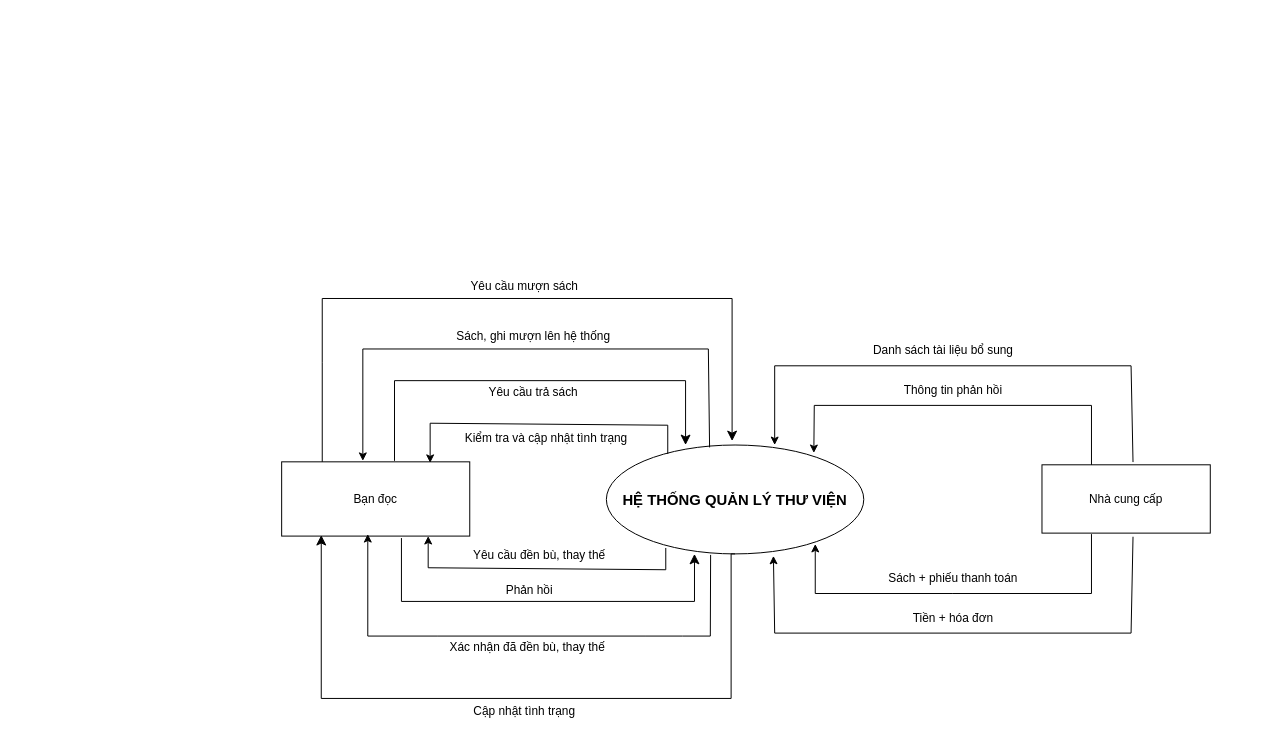
This is page "Luồng DL mức ngữ cảnh" (2 of 9) of Nhóm 1.drawio from Nguyenquynh235/DoAnNhom1, a draw.io file, before an edit. Source tidied: cells renumbered, new cells numbered last; positions are measured from the earlier drawing's top-left corner, leaving out a move shared by most shapes. Both pictures are drawn from the tidied source at 99%, with x=0, y=0 at pixel (17, 17).
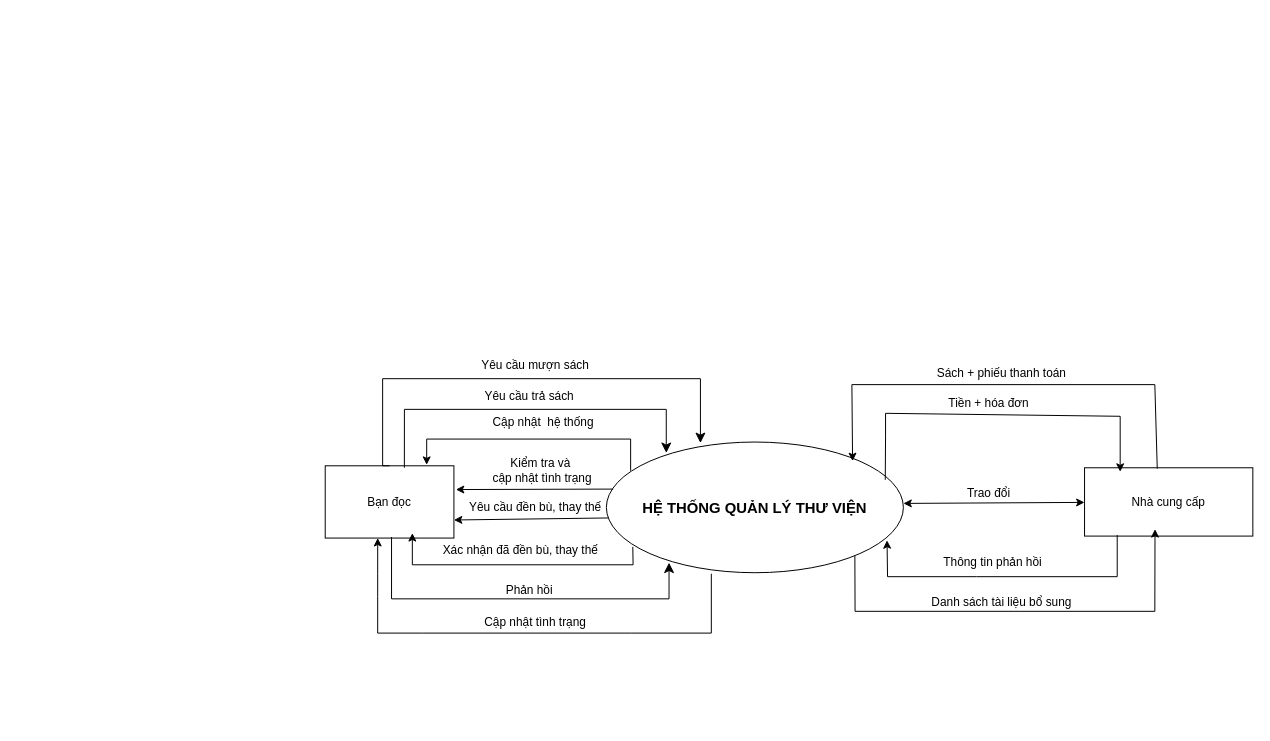
The same page after the edit.

Commit message (it also covers changes not shown here):
Cập nhật Nhóm 1.drawio

Change to the diagram source:
```diff
@@
-    <mxCell id="3" style="endArrow=classic;html=1;rounded=0;entryX=0.806;entryY=0.073;entryDx=0;entryDy=0;entryPerimeter=0;" parent="1" edge="1" target="4">
-      <mxGeometry relative="1" as="geometry">
-        <mxPoint x="1085" y="453" as="sourcePoint" />
-        <Array as="points">
-          <mxPoint x="1085" y="392" />
-          <mxPoint x="805" y="392" />
-        </Array>
-      </mxGeometry>
-    </mxCell>
     <mxCell id="4" value="&lt;b&gt;&lt;font style=&quot;font-size: 15px;&quot;&gt;HỆ THỐNG QUẢN LÝ THƯ VIỆN&lt;/font&gt;&lt;/b&gt;" style="ellipse;whiteSpace=wrap;html=1;" parent="1" vertex="1">
-      <mxGeometry x="595" y="432" width="260" height="110" as="geometry" />
+      <mxGeometry x="595" y="429" width="300" height="132" as="geometry" />
     </mxCell>
     <mxCell id="5" value="Bạn đọc" style="rounded=0;whiteSpace=wrap;html=1;" parent="1" vertex="1">
-      <mxGeometry x="267" y="449" width="190" height="75" as="geometry" />
+      <mxGeometry x="311" y="453" width="130" height="73" as="geometry" />
     </mxCell>
     <mxCell id="6" value="Nhà cung cấp" style="rounded=0;whiteSpace=wrap;html=1;" parent="1" vertex="1">
-      <mxGeometry x="1035" y="452" width="170" height="69" as="geometry" />
+      <mxGeometry x="1078" y="455" width="170" height="69" as="geometry" />
     </mxCell>
-    <mxCell id="7" value="Danh sách tài liệu bổ sung" style="text;html=1;align=center;verticalAlign=middle;strokeColor=none;fillColor=none;" parent="1" vertex="1">
-      <mxGeometry x="855" y="322" width="160" height="30" as="geometry" />
+    <mxCell id="7" value="Danh sách tài liệu bổ sung" style="text;html=1;align=center;verticalAlign=middle;strokeColor=none;fillColor=none;rotation=0;" parent="1" vertex="1">
+      <mxGeometry x="914" y="576" width="160" height="30" as="geometry" />
     </mxCell>
-    <mxCell id="8" style="endArrow=classic;html=1;rounded=0;exitX=0.541;exitY=-0.04;exitDx=0;exitDy=0;exitPerimeter=0;" parent="1" edge="1" source="6">
-      <mxGeometry relative="1" as="geometry">
-        <mxPoint x="765" y="432" as="targetPoint" />
-        <Array as="points">
-          <mxPoint x="1125" y="352" />
-          <mxPoint x="765" y="352" />
-        </Array>
-      </mxGeometry>
-    </mxCell>
-    <mxCell id="9" value="Thông tin phản hồi" style="text;html=1;align=center;verticalAlign=middle;strokeColor=none;fillColor=none;" parent="1" vertex="1">
-      <mxGeometry x="885" y="362" width="120" height="30" as="geometry" />
+    <mxCell id="9" value="Thông tin phản hồi" style="text;html=1;align=center;verticalAlign=middle;strokeColor=none;fillColor=none;rotation=0;" parent="1" vertex="1">
+      <mxGeometry x="925" y="536" width="120" height="30" as="geometry" />
     </mxCell>
-    <mxCell id="10" style="endArrow=classic;html=1;rounded=0;" parent="1" edge="1">
-      <mxGeometry relative="1" as="geometry">
-        <mxPoint x="1085" y="522" as="sourcePoint" />
-        <mxPoint x="806" y="532" as="targetPoint" />
-        <Array as="points">
-          <mxPoint x="1085" y="582" />
-          <mxPoint x="945" y="582" />
-          <mxPoint x="806" y="582" />
-        </Array>
-      </mxGeometry>
-    </mxCell>
-    <mxCell id="11" style="endArrow=classic;html=1;rounded=0;exitX=0.541;exitY=1.053;exitDx=0;exitDy=0;exitPerimeter=0;entryX=0.649;entryY=1.018;entryDx=0;entryDy=0;entryPerimeter=0;" parent="1" edge="1" source="6" target="4">
-      <mxGeometry relative="1" as="geometry">
-        <Array as="points">
-          <mxPoint x="1125" y="622" />
-          <mxPoint x="765" y="622" />
-        </Array>
-      </mxGeometry>
-    </mxCell>
-    <mxCell id="12" value="Sách + phiếu thanh toán" style="text;html=1;align=center;verticalAlign=middle;strokeColor=none;fillColor=none;" parent="1" vertex="1">
-      <mxGeometry x="870" y="552" width="150" height="30" as="geometry" />
+    <mxCell id="12" value="Sách + phiếu thanh toán" style="text;html=1;align=center;verticalAlign=middle;strokeColor=none;fillColor=none;rotation=0;" parent="1" vertex="1">
+      <mxGeometry x="919" y="345" width="150" height="30" as="geometry" />
     </mxCell>
-    <mxCell id="13" value="Tiền + hóa đơn" style="text;html=1;align=center;verticalAlign=middle;strokeColor=none;fillColor=none;" parent="1" vertex="1">
-      <mxGeometry x="895" y="592" width="100" height="30" as="geometry" />
+    <mxCell id="13" value="Tiền + hóa đơn" style="text;html=1;align=center;verticalAlign=middle;strokeColor=none;fillColor=none;rotation=0;" parent="1" vertex="1">
+      <mxGeometry x="931" y="375" width="100" height="30" as="geometry" />
     </mxCell>
     <mxCell id="14" style="endArrow=classic;html=1;rounded=0;" parent="1" edge="1">
       <mxGeometry relative="1" as="geometry">
-        <mxPoint x="657" y="441" as="sourcePoint" />
-        <mxPoint x="417" y="450" as="targetPoint" />
+        <mxPoint x="619.5" y="458" as="sourcePoint" />
+        <mxPoint x="413.5" y="452" as="targetPoint" />
         <Array as="points">
-          <mxPoint x="657" y="412" />
-          <mxPoint x="417" y="410" />
+          <mxPoint x="619.5" y="426" />
+          <mxPoint x="413.5" y="426" />
         </Array>
       </mxGeometry>
     </mxCell>
-    <mxCell id="15" style="endArrow=classic;html=1;rounded=0;" parent="1" edge="1">
+    <mxCell id="15" style="endArrow=classic;html=1;rounded=0;exitX=0.089;exitY=0.802;exitDx=0;exitDy=0;exitPerimeter=0;" parent="1" edge="1" source="4">
       <mxGeometry relative="1" as="geometry">
-        <mxPoint x="655" y="536" as="sourcePoint" />
-        <mxPoint x="415" y="524" as="targetPoint" />
+        <mxPoint x="399" y="521" as="targetPoint" />
         <Array as="points">
-          <mxPoint x="655" y="558" />
-          <mxPoint x="415" y="556" />
+          <mxPoint x="622" y="553" />
+          <mxPoint x="399" y="553" />
         </Array>
       </mxGeometry>
     </mxCell>
-    <mxCell id="16" style="edgeStyle=segmentEdgeStyle;endArrow=classic;html=1;curved=0;rounded=0;endSize=8;startSize=8;" parent="1" edge="1">
+    <mxCell id="16" style="edgeStyle=segmentEdgeStyle;endArrow=classic;html=1;curved=0;rounded=0;endSize=8;startSize=8;exitX=0.615;exitY=0.026;exitDx=0;exitDy=0;exitPerimeter=0;" parent="1" edge="1" source="5">
       <mxGeometry relative="1" as="geometry">
-        <mxPoint x="381" y="448" as="sourcePoint" />
-        <mxPoint x="675" y="432" as="targetPoint" />
+        <mxPoint x="655.5" y="440" as="targetPoint" />
         <Array as="points">
-          <mxPoint x="381" y="367" />
-          <mxPoint x="675" y="367" />
+          <mxPoint x="391" y="396" />
+          <mxPoint x="655" y="396" />
         </Array>
       </mxGeometry>
     </mxCell>
-    <mxCell id="17" style="edgeStyle=elbowEdgeStyle;elbow=vertical;endArrow=classic;html=1;curved=0;rounded=0;endSize=8;startSize=8;" parent="1" edge="1">
+    <mxCell id="17" style="edgeStyle=elbowEdgeStyle;elbow=vertical;endArrow=classic;html=1;curved=0;rounded=0;endSize=8;startSize=8;entryX=0.211;entryY=0.923;entryDx=0;entryDy=0;entryPerimeter=0;" parent="1" edge="1" target="4">
       <mxGeometry relative="1" as="geometry">
-        <mxPoint x="388" y="526" as="sourcePoint" />
-        <mxPoint x="684" y="542" as="targetPoint" />
+        <mxPoint x="378" y="525" as="sourcePoint" />
         <Array as="points">
-          <mxPoint x="534" y="590" />
+          <mxPoint x="505" y="587.4" />
         </Array>
       </mxGeometry>
     </mxCell>
-    <mxCell id="18" style="endArrow=classic;html=1;rounded=0;exitX=0.401;exitY=0.022;exitDx=0;exitDy=0;exitPerimeter=0;" parent="1" edge="1" source="4">
-      <mxGeometry relative="1" as="geometry">
-        <mxPoint x="349" y="448" as="targetPoint" />
-        <Array as="points">
-          <mxPoint x="698" y="335" />
-          <mxPoint x="349" y="335" />
-        </Array>
-      </mxGeometry>
-    </mxCell>
-    <mxCell id="19" style="endArrow=classic;html=1;rounded=0;exitX=0.405;exitY=1.009;exitDx=0;exitDy=0;exitPerimeter=0;" parent="1" edge="1" source="4">
+    <mxCell id="19" style="endArrow=classic;html=1;rounded=0;entryX=0.408;entryY=1;entryDx=0;entryDy=0;entryPerimeter=0;" parent="1" edge="1" target="5">
       <mxGeometry relative="1" as="geometry">
-        <mxPoint x="354" y="522" as="targetPoint" />
+        <mxPoint x="701" y="562" as="sourcePoint" />
         <Array as="points">
-          <mxPoint x="700" y="625" />
-          <mxPoint x="672" y="625" />
-          <mxPoint x="635" y="625" />
-          <mxPoint x="424" y="625" />
-          <mxPoint x="354" y="625" />
+          <mxPoint x="701" y="622" />
+          <mxPoint x="620" y="622" />
+          <mxPoint x="409" y="622" />
+          <mxPoint x="364" y="622" />
+          <mxPoint x="364" y="585" />
+          <mxPoint x="364" y="562" />
         </Array>
       </mxGeometry>
     </mxCell>
-    <mxCell id="20" style="edgeStyle=segmentEdgeStyle;endArrow=classic;html=1;curved=0;rounded=0;endSize=8;startSize=8;" parent="1" edge="1">
+    <mxCell id="20" style="edgeStyle=segmentEdgeStyle;endArrow=classic;html=1;curved=0;rounded=0;endSize=8;startSize=8;exitX=0.5;exitY=0;exitDx=0;exitDy=0;" parent="1" edge="1" source="5">
       <mxGeometry relative="1" as="geometry">
-        <mxPoint x="308" y="449" as="sourcePoint" />
-        <mxPoint x="722" y="428" as="targetPoint" />
+        <mxPoint x="690" y="430" as="targetPoint" />
         <Array as="points">
-          <mxPoint x="308" y="349" />
-          <mxPoint x="308" y="284" />
-          <mxPoint x="722" y="284" />
+          <mxPoint x="369" y="453" />
+          <mxPoint x="369" y="365" />
+          <mxPoint x="690" y="365" />
         </Array>
       </mxGeometry>
     </mxCell>
-    <mxCell id="21" style="edgeStyle=segmentEdgeStyle;endArrow=classic;html=1;curved=0;rounded=0;endSize=8;startSize=8;exitX=0.5;exitY=1;exitDx=0;exitDy=0;" parent="1" edge="1" source="4">
-      <mxGeometry relative="1" as="geometry">
-        <mxPoint x="307" y="523" as="targetPoint" />
-        <Array as="points">
-          <mxPoint x="721" y="542" />
-          <mxPoint x="721" y="688" />
-          <mxPoint x="307" y="688" />
-        </Array>
-      </mxGeometry>
-    </mxCell>
-    <mxCell id="22" value="Kiểm tra và cập nhật tình trạng" style="text;html=1;align=center;verticalAlign=middle;strokeColor=none;fillColor=none;" parent="1" vertex="1">
-      <mxGeometry x="443" y="412" width="182" height="26" as="geometry" />
+    <mxCell id="22" value="Kiểm tra và&amp;nbsp;&lt;div&gt;cập nhật&amp;nbsp;&lt;span style=&quot;background-color: transparent; color: light-dark(rgb(0, 0, 0), rgb(255, 255, 255));&quot;&gt;tình trạng&lt;/span&gt;&lt;/div&gt;" style="text;html=1;align=center;verticalAlign=middle;strokeColor=none;fillColor=none;" parent="1" vertex="1">
+      <mxGeometry x="471" y="437" width="118" height="41" as="geometry" />
     </mxCell>
-    <mxCell id="23" value="Yêu cầu đền bù, thay thế" style="text;html=1;align=center;verticalAlign=middle;strokeColor=none;fillColor=none;" parent="1" vertex="1">
-      <mxGeometry x="451" y="531" width="151" height="26" as="geometry" />
-    </mxCell>
     <mxCell id="24" value="Yêu cầu trả sách" style="text;html=1;align=center;verticalAlign=middle;strokeColor=none;fillColor=none;" parent="1" vertex="1">
-      <mxGeometry x="467" y="366" width="108" height="26" as="geometry" />
+      <mxGeometry x="462.5" y="370" width="108" height="26" as="geometry" />
     </mxCell>
@@
     <mxCell id="26" value="Xác nhận đã đền bù, thay thế" style="text;html=1;align=center;verticalAlign=middle;strokeColor=none;fillColor=none;" parent="1" vertex="1">
-      <mxGeometry x="427" y="624" width="175" height="26" as="geometry" />
+      <mxGeometry x="420" y="526" width="175" height="26" as="geometry" />
     </mxCell>
     <mxCell id="27" value="Cập nhật tình trạng" style="text;html=1;align=center;verticalAlign=middle;strokeColor=none;fillColor=none;" parent="1" vertex="1">
-      <mxGeometry x="451" y="688" width="121" height="26" as="geometry" />
+      <mxGeometry x="462.5" y="598" width="121" height="26" as="geometry" />
     </mxCell>
     <mxCell id="28" value="Yêu cầu mượn sách" style="text;html=1;align=center;verticalAlign=middle;strokeColor=none;fillColor=none;" parent="1" vertex="1">
-      <mxGeometry x="448" y="259" width="127" height="26" as="geometry" />
+      <mxGeometry x="459.5" y="339" width="127" height="26" as="geometry" />
     </mxCell>
-    <mxCell id="29" value="Sách, ghi mượn lên hệ thống" style="text;html=1;align=center;verticalAlign=middle;strokeColor=none;fillColor=none;" parent="1" vertex="1">
-      <mxGeometry x="434.5" y="309" width="173" height="26" as="geometry" />
+    <mxCell id="29" value="Cập nhật&amp;nbsp; hệ thống" style="text;html=1;align=center;verticalAlign=middle;strokeColor=none;fillColor=none;" parent="1" vertex="1">
+      <mxGeometry x="470.5" y="396" width="120" height="26" as="geometry" />
     </mxCell>
+    <mxCell id="30" style="endArrow=classic;html=1;rounded=0;exitX=0.023;exitY=0.36;exitDx=0;exitDy=0;exitPerimeter=0;" parent="1" edge="1" source="4">
+      <mxGeometry relative="1" as="geometry">
+        <mxPoint x="443" y="477" as="targetPoint" />
+      </mxGeometry>
+    </mxCell>
+    <mxCell id="23" value="Yêu cầu đền bù, thay thế" style="text;html=1;align=center;verticalAlign=middle;strokeColor=none;fillColor=none;" parent="1" vertex="1">
+      <mxGeometry x="447.5" y="482" width="151" height="26" as="geometry" />
+    </mxCell>
+    <mxCell id="31" style="endArrow=classic;html=1;rounded=0;exitX=0.007;exitY=0.581;exitDx=0;exitDy=0;exitPerimeter=0;entryX=1;entryY=0.75;entryDx=0;entryDy=0;" parent="1" edge="1" source="4" target="5">
+      <mxGeometry relative="1" as="geometry" />
+    </mxCell>
+    <mxCell id="32" style="endArrow=classic;html=1;rounded=0;entryX=0.945;entryY=0.752;entryDx=0;entryDy=0;entryPerimeter=0;" parent="1" edge="1" target="4">
+      <mxGeometry relative="1" as="geometry">
+        <mxPoint x="1111" y="523" as="sourcePoint" />
+        <Array as="points">
+          <mxPoint x="1111" y="565" />
+          <mxPoint x="969" y="565" />
+          <mxPoint x="879" y="565" />
+        </Array>
+      </mxGeometry>
+    </mxCell>
+    <mxCell id="33" style="endArrow=classic;html=1;rounded=0;exitX=0.38;exitY=1.002;exitDx=0;exitDy=0;exitPerimeter=0;" parent="1" edge="1">
+      <mxGeometry relative="1" as="geometry">
+        <mxPoint x="846" y="544" as="sourcePoint" />
+        <mxPoint x="1149.2" y="517" as="targetPoint" />
+        <Array as="points">
+          <mxPoint x="846.2" y="600" />
+          <mxPoint x="1149" y="600" />
+        </Array>
+      </mxGeometry>
+    </mxCell>
+    <mxCell id="34" style="endArrow=classic;html=1;rounded=0;exitX=0.939;exitY=0.289;exitDx=0;exitDy=0;exitPerimeter=0;" parent="1" edge="1" source="4">
+      <mxGeometry relative="1" as="geometry">
+        <mxPoint x="1114" y="459" as="targetPoint" />
+        <Array as="points">
+          <mxPoint x="877" y="423" />
+          <mxPoint x="877" y="400" />
+          <mxPoint x="1114" y="403" />
+        </Array>
+      </mxGeometry>
+    </mxCell>
+    <mxCell id="35" value="Trao đổi" style="text;html=1;align=center;verticalAlign=middle;strokeColor=none;fillColor=none;rotation=0;" parent="1" vertex="1">
+      <mxGeometry x="950" y="468" width="62" height="26" as="geometry" />
+    </mxCell>
+    <mxCell id="11" style="endArrow=classic;html=1;rounded=0;entryX=0.829;entryY=0.146;entryDx=0;entryDy=0;entryPerimeter=0;exitX=0.432;exitY=0.012;exitDx=0;exitDy=0;exitPerimeter=0;" parent="1" edge="1" source="6" target="4">
+      <mxGeometry relative="1" as="geometry">
+        <Array as="points">
+          <mxPoint x="1149" y="371" />
+          <mxPoint x="843" y="371" />
+        </Array>
+      </mxGeometry>
+    </mxCell>
+    <mxCell id="36" style="endArrow=classic;startArrow=classic;html=1;rounded=0;" parent="1" edge="1" target="6">
+      <mxGeometry relative="1" as="geometry">
+        <mxPoint x="895" y="491" as="sourcePoint" />
+      </mxGeometry>
+    </mxCell>
```
